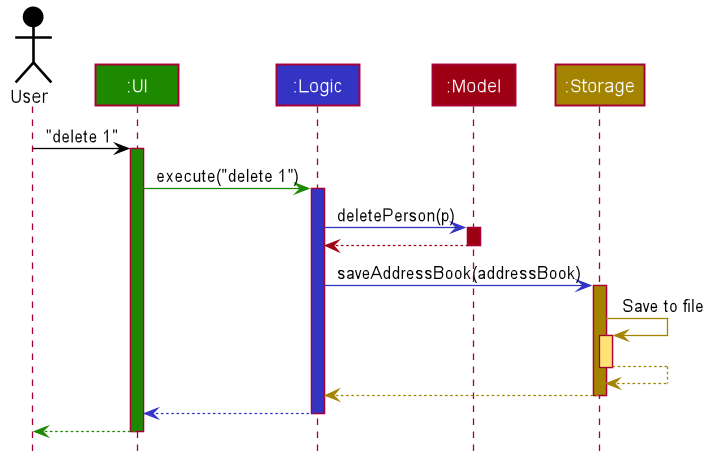
This is docs/images/ArchitectureSequenceDiagram.png from nus-cs2103-AY2122S1/tp, a PlantUML export, as it was before one commit. Source of this version:
```plantuml
@startuml








skinparam BackgroundColor #FFFFFFF

skinparam Shadowing false

skinparam Class {
    FontColor #FFFFFF
    BorderThickness 1
    BorderColor #FFFFFF
    StereotypeFontColor #FFFFFF
    FontName Arial
}

skinparam Actor {
    BorderColor #000000
    Color #000000
    FontName Arial
}

skinparam Sequence {
    MessageAlign center
    BoxFontSize 15
    BoxPadding 0
    BoxFontColor #FFFFFF
    FontName Arial
}

skinparam Participant {
    FontColor #FFFFFFF
    Padding 20
}

skinparam MinClassWidth 50
skinparam ParticipantPadding 10
skinparam Shadowing false
skinparam DefaultTextAlignment center
skinparam packageStyle Rectangle

hide footbox
hide members
hide circle

Actor User as user #000000
Participant ":UI" as ui #1D8900
Participant ":Logic" as logic #3333C4
Participant ":Model" as model #9D0012
Participant ":Storage" as storage #A38300

user -[#000000]> ui : "delete 1"
activate ui #1D8900

ui -[#1D8900]> logic : execute("delete 1")
activate logic #3333C4

logic -[#3333C4]> model : deletePerson(p)
activate model #9D0012

model -[#9D0012]-> logic
deactivate model

logic -[#3333C4]> storage : saveAddressBook(addressBook)
activate storage #A38300

storage -[#A38300]> storage : Save to file
activate storage #FFE374
storage --[#A38300]> storage
deactivate storage

storage --[#A38300]> logic
deactivate storage

logic --[#3333C4]> ui
deactivate logic

ui--[#1D8900]> user
deactivate ui
@enduml
```
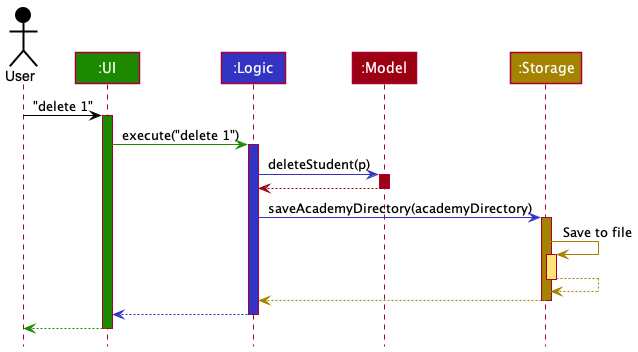
Above is the later version.

Diff of the diagram source:
```diff
@@ -1,85 +1,38 @@
 @startuml
+!include style.puml
 
+Actor User as user USER_COLOR
+Participant ":UI" as ui UI_COLOR
+Participant ":Logic" as logic LOGIC_COLOR
+Participant ":Model" as model MODEL_COLOR
+Participant ":Storage" as storage STORAGE_COLOR
 
+user -[USER_COLOR]> ui : "delete 1"
+activate ui UI_COLOR
 
+ui -[UI_COLOR]> logic : execute("delete 1")
+activate logic LOGIC_COLOR
 
+logic -[LOGIC_COLOR]> model : deleteStudent(p)
+activate model MODEL_COLOR
 
-
-
-
-skinparam BackgroundColor #FFFFFFF
-
-skinparam Shadowing false
-
-skinparam Class {
-    FontColor #FFFFFF
-    BorderThickness 1
-    BorderColor #FFFFFF
-    StereotypeFontColor #FFFFFF
-    FontName Arial
-}
-
-skinparam Actor {
-    BorderColor #000000
-    Color #000000
-    FontName Arial
-}
-
-skinparam Sequence {
-    MessageAlign center
-    BoxFontSize 15
-    BoxPadding 0
-    BoxFontColor #FFFFFF
-    FontName Arial
-}
-
-skinparam Participant {
-    FontColor #FFFFFFF
-    Padding 20
-}
-
-skinparam MinClassWidth 50
-skinparam ParticipantPadding 10
-skinparam Shadowing false
-skinparam DefaultTextAlignment center
-skinparam packageStyle Rectangle
-
-hide footbox
-hide members
-hide circle
-
-Actor User as user #000000
-Participant ":UI" as ui #1D8900
-Participant ":Logic" as logic #3333C4
-Participant ":Model" as model #9D0012
-Participant ":Storage" as storage #A38300
-
-user -[#000000]> ui : "delete 1"
-activate ui #1D8900
-
-ui -[#1D8900]> logic : execute("delete 1")
-activate logic #3333C4
-
-logic -[#3333C4]> model : deletePerson(p)
-activate model #9D0012
-
-model -[#9D0012]-> logic
+model -[MODEL_COLOR]-> logic
 deactivate model
 
-logic -[#3333C4]> storage : saveAddressBook(addressBook)
-activate storage #A38300
+logic -[LOGIC_COLOR]> storage : saveAcademyDirectory(academyDirectory)
+activate storage STORAGE_COLOR
 
-storage -[#A38300]> storage : Save to file
-activate storage #FFE374
-storage --[#A38300]> storage
+storage -[STORAGE_COLOR]> storage : Save to file
+activate storage STORAGE_COLOR_T1
+storage --[STORAGE_COLOR]> storage
 deactivate storage
 
-storage --[#A38300]> logic
+storage --[STORAGE_COLOR]> logic
 deactivate storage
 
-logic --[#3333C4]> ui
+logic --[LOGIC_COLOR]> ui
 deactivate logic
 
-ui--[#1D8900]> user
+ui--[UI_COLOR]> user
 deactivate ui
 @enduml
```
